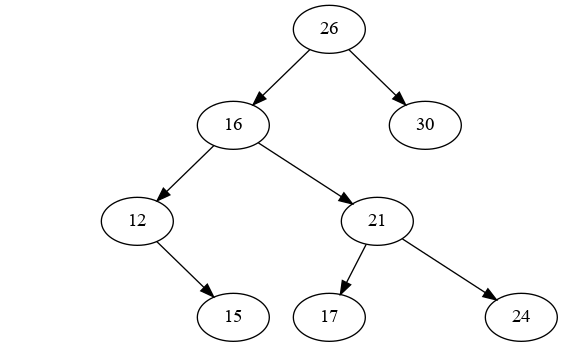
The Graphviz diagram docs/mp2i/files/C12/temp.png in fabricenativel/cpge-info, before a commit. Its source is kept beside it as docs/mp2i/files/C12/temp.gv.
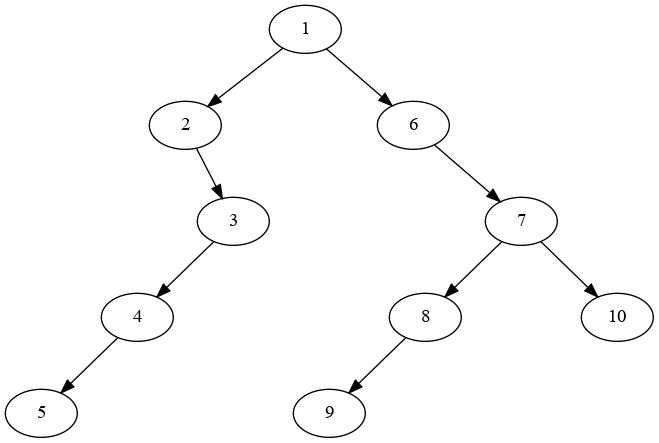
The same diagram one commit later.

What changed in the source:
```diff
@@ -1,19 +1,35 @@
 digraph mygraph {
-26 -> 16
+1 -> 2
 I0 [style=invis]
- 26 -> I0 [style=invis]
-26 -> 30
-16 -> 12
+ 1 -> I0 [style=invis]
+1 -> 6
 I1 [style=invis]
- 16 -> I1 [style=invis]
-16 -> 21
+ 2 -> I1 [style=invis]
 I2 [style=invis]
- 12 -> I2 [style=invis]
+ 2 -> I2 [style=invis]
+2 -> 3
+3 -> 4
 I3 [style=invis]
- 12 -> I3 [style=invis]
-12 -> 15
-21 -> 17
+ 3 -> I3 [style=invis]
 I4 [style=invis]
- 21 -> I4 [style=invis]
-21 -> 24
+ 3 -> I4 [style=invis]
+4 -> 5
+I5 [style=invis]
+ 4 -> I5 [style=invis]
+I6 [style=invis]
+ 4 -> I6 [style=invis]
+I7 [style=invis]
+ 6 -> I7 [style=invis]
+I8 [style=invis]
+ 6 -> I8 [style=invis]
+6 -> 7
+7 -> 8
+I9 [style=invis]
+ 7 -> I9 [style=invis]
+7 -> 10
+8 -> 9
+I10 [style=invis]
+ 8 -> I10 [style=invis]
+I11 [style=invis]
+ 8 -> I11 [style=invis]
 }
```
